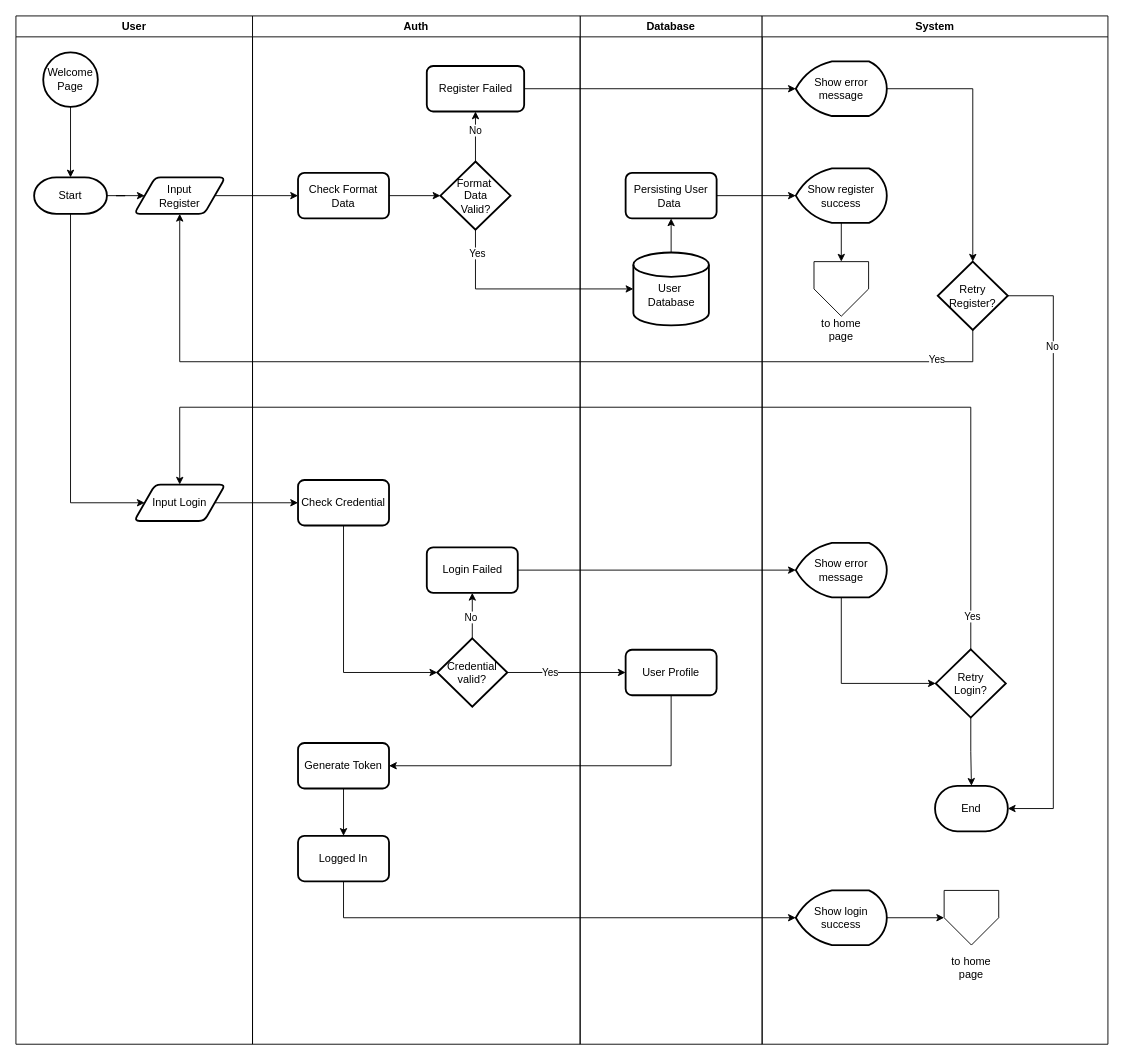
This is page "Users" (1 of 2) of dummy/Untitled Diagram.drawio from anggreinipra/ReCircle_backend, a draw.io file, before an edit. Source tidied: cells renumbered, new cells numbered last; positions are measured from the earlier drawing's top-left corner, leaving out a move shared by most shapes. Both pictures are drawn from the tidied source at 91%, with x=0, y=0 at pixel (15, 15).
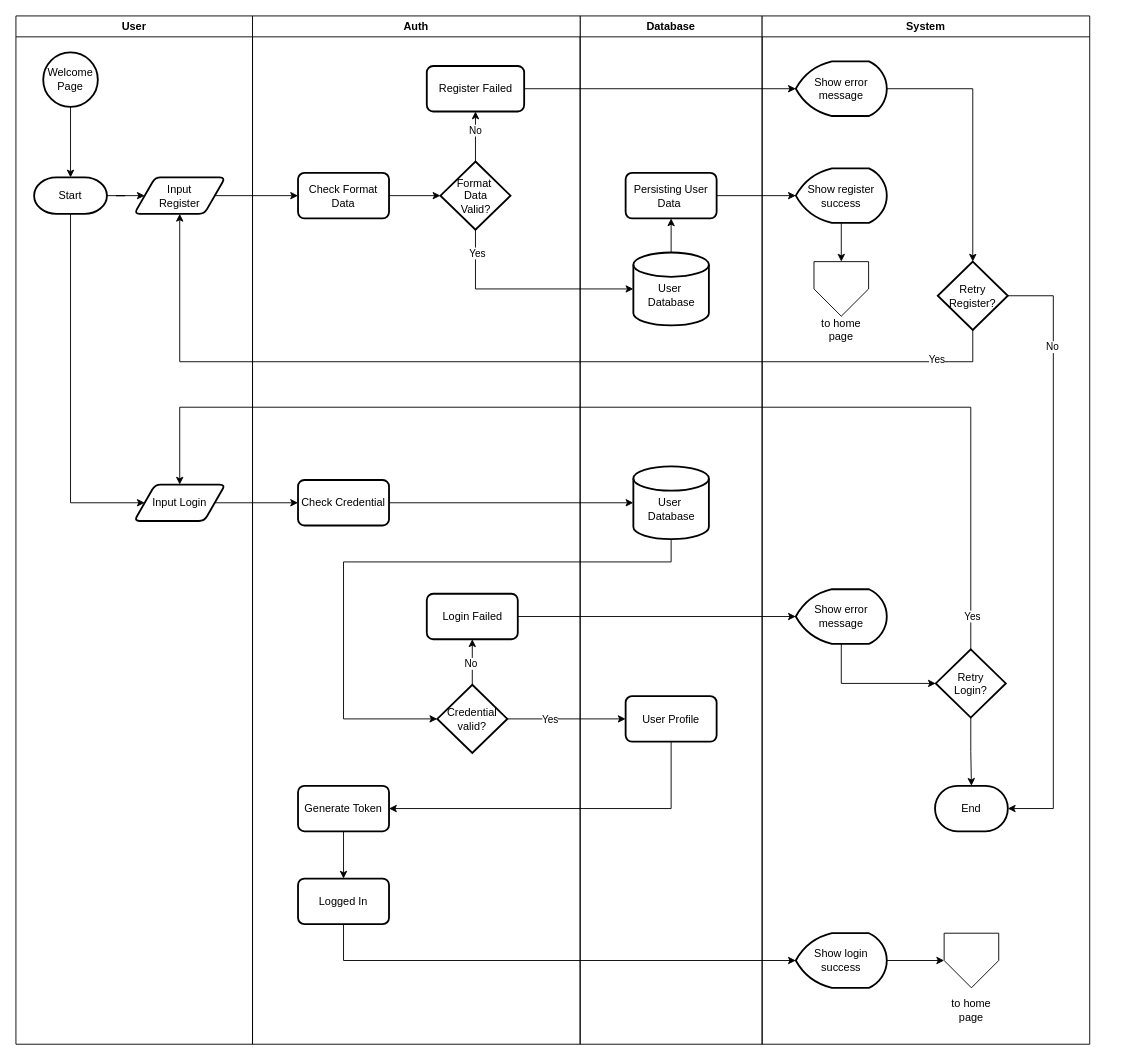
The same page after the edit.

The change refers to these unchanged cells:
```xml
<mxCell id="2" value="Database" style="swimlane;" parent="1" vertex="1">
  <mxGeometry x="620" width="200" height="1130" as="geometry" />
</mxCell>
<mxCell id="34" value="Check Credential" style="rounded=1;whiteSpace=wrap;html=1;absoluteArcSize=1;arcSize=14;strokeWidth=2;" parent="6" vertex="1">
  <mxGeometry x="-510" y="510" width="100" height="50" as="geometry" />
</mxCell>
```

Diff of the diagram source:
```diff
@@
+    <mxCell id="65" value="&lt;div&gt;&lt;br&gt;&lt;/div&gt;&lt;div&gt;User&amp;nbsp;&lt;/div&gt;&lt;div&gt;Database&lt;/div&gt;" style="strokeWidth=2;html=1;shape=mxgraph.flowchart.database;whiteSpace=wrap;" parent="2" vertex="1">
+      <mxGeometry x="58.5" y="495" width="83" height="80" as="geometry" />
+    </mxCell>
+    <mxCell id="39" value="User Profile" style="rounded=1;whiteSpace=wrap;html=1;absoluteArcSize=1;arcSize=14;strokeWidth=2;" parent="2" vertex="1">
+      <mxGeometry x="50" y="747.5" width="100" height="50" as="geometry" />
+    </mxCell>
@@
     <mxCell id="6" value="System" style="swimlane;whiteSpace=wrap;html=1;" parent="1" vertex="1">
-      <mxGeometry x="820" width="380" height="1130" as="geometry" />
+      <mxGeometry x="820" width="360" height="1130" as="geometry" />
     </mxCell>
@@
     <mxCell id="35" value="Login Failed" style="rounded=1;whiteSpace=wrap;html=1;absoluteArcSize=1;arcSize=14;strokeWidth=2;" parent="6" vertex="1">
-      <mxGeometry x="-368.5" y="584" width="100" height="50" as="geometry" />
+      <mxGeometry x="-368.5" y="635" width="100" height="50" as="geometry" />
     </mxCell>
     <mxCell id="36" value="Credential valid?" style="strokeWidth=2;html=1;shape=mxgraph.flowchart.decision;whiteSpace=wrap;" parent="6" vertex="1">
-      <mxGeometry x="-357" y="684" width="77" height="75" as="geometry" />
+      <mxGeometry x="-357" y="735" width="77" height="75" as="geometry" />
     </mxCell>
     <mxCell id="37" value="Generate Token" style="rounded=1;whiteSpace=wrap;html=1;absoluteArcSize=1;arcSize=14;strokeWidth=2;" parent="6" vertex="1">
-      <mxGeometry x="-510" y="799" width="100" height="50" as="geometry" />
+      <mxGeometry x="-510" y="846" width="100" height="50" as="geometry" />
     </mxCell>
     <mxCell id="38" value="Logged In" style="rounded=1;whiteSpace=wrap;html=1;absoluteArcSize=1;arcSize=14;strokeWidth=2;" parent="6" vertex="1">
-      <mxGeometry x="-510" y="901" width="100" height="50" as="geometry" />
+      <mxGeometry x="-510" y="948" width="100" height="50" as="geometry" />
     </mxCell>
-    <mxCell id="39" value="User Profile" style="rounded=1;whiteSpace=wrap;html=1;absoluteArcSize=1;arcSize=14;strokeWidth=2;" parent="6" vertex="1">
-      <mxGeometry x="-150" y="696.5" width="100" height="50" as="geometry" />
-    </mxCell>
@@
     <mxCell id="41" value="Show error message" style="strokeWidth=2;html=1;shape=mxgraph.flowchart.display;whiteSpace=wrap;" parent="6" vertex="1">
-      <mxGeometry x="37" y="579" width="100" height="60" as="geometry" />
+      <mxGeometry x="37" y="630" width="100" height="60" as="geometry" />
     </mxCell>
     <mxCell id="42" value="Show login success" style="strokeWidth=2;html=1;shape=mxgraph.flowchart.display;whiteSpace=wrap;" parent="6" vertex="1">
-      <mxGeometry x="37" y="961" width="100" height="60" as="geometry" />
+      <mxGeometry x="37" y="1008" width="100" height="60" as="geometry" />
     </mxCell>
     <mxCell id="43" style="verticalLabelPosition=bottom;verticalAlign=top;html=1;shape=offPageConnector;rounded=0;size=0.5;" parent="6" vertex="1">
-      <mxGeometry x="200" y="961" width="60" height="60" as="geometry" />
+      <mxGeometry x="200" y="1008" width="60" height="60" as="geometry" />
     </mxCell>
     <mxCell id="44" value="to home page" style="text;html=1;align=center;verticalAlign=middle;whiteSpace=wrap;rounded=0;" parent="6" vertex="1">
-      <mxGeometry x="200" y="1031" width="60" height="30" as="geometry" />
+      <mxGeometry x="200" y="1078" width="60" height="30" as="geometry" />
     </mxCell>
@@
-    <mxCell id="46" style="edgeStyle=orthogonalEdgeStyle;rounded=0;jettySize=auto;html=1;exitX=0.5;exitY=1;exitDx=0;exitDy=0;entryX=0;entryY=0.5;entryDx=0;entryDy=0;entryPerimeter=0;" parent="6" edge="1" source="34" target="36">
-      <mxGeometry relative="1" as="geometry" />
-    </mxCell>
@@
-    <mxCell id="52" style="edgeStyle=orthogonalEdgeStyle;rounded=0;jettySize=auto;html=1;exitX=1;exitY=0.5;exitDx=0;exitDy=0;exitPerimeter=0;entryX=0;entryY=0.5;entryDx=0;entryDy=0;" parent="6" edge="1" source="36" target="39">
-      <mxGeometry relative="1" as="geometry" />
-    </mxCell>
-    <mxCell id="53" value="Yes" style="edgeLabel;html=1;align=center;verticalAlign=middle;" parent="52" vertex="1">
-      <mxGeometry x="-0.29" relative="1" as="geometry" />
-    </mxCell>
-    <mxCell id="54" style="edgeStyle=orthogonalEdgeStyle;rounded=0;jettySize=auto;html=1;exitX=0.5;exitY=1;exitDx=0;exitDy=0;entryX=1;entryY=0.5;entryDx=0;entryDy=0;" parent="6" edge="1" source="39" target="37">
-      <mxGeometry relative="1" as="geometry" />
-    </mxCell>
@@
+    <mxCell id="66" style="edgeStyle=orthogonalEdgeStyle;rounded=0;jettySize=auto;html=1;exitX=1;exitY=0.5;exitDx=0;exitDy=0;" parent="1" edge="1" source="34" target="65">
+      <mxGeometry relative="1" as="geometry" />
+    </mxCell>
+    <mxCell id="52" style="edgeStyle=orthogonalEdgeStyle;rounded=0;jettySize=auto;html=1;exitX=1;exitY=0.5;exitDx=0;exitDy=0;exitPerimeter=0;entryX=0;entryY=0.5;entryDx=0;entryDy=0;" parent="1" edge="1" source="36" target="39">
+      <mxGeometry relative="1" as="geometry" />
+    </mxCell>
+    <mxCell id="53" value="Yes" style="edgeLabel;html=1;align=center;verticalAlign=middle;" parent="52" vertex="1">
+      <mxGeometry x="-0.29" relative="1" as="geometry" />
+    </mxCell>
+    <mxCell id="67" style="edgeStyle=orthogonalEdgeStyle;rounded=0;jettySize=auto;html=1;exitX=0.5;exitY=1;exitDx=0;exitDy=0;exitPerimeter=0;entryX=0;entryY=0.5;entryDx=0;entryDy=0;entryPerimeter=0;" parent="1" edge="1" source="65" target="36">
+      <mxGeometry relative="1" as="geometry">
+        <Array as="points">
+          <mxPoint x="720" y="600" />
+          <mxPoint x="360" y="600" />
+          <mxPoint x="360" y="773" />
+        </Array>
+      </mxGeometry>
+    </mxCell>
+    <mxCell id="54" style="edgeStyle=orthogonalEdgeStyle;rounded=0;jettySize=auto;html=1;exitX=0.5;exitY=1;exitDx=0;exitDy=0;entryX=1;entryY=0.5;entryDx=0;entryDy=0;" parent="1" edge="1" source="39" target="37">
+      <mxGeometry relative="1" as="geometry" />
+    </mxCell>
```
